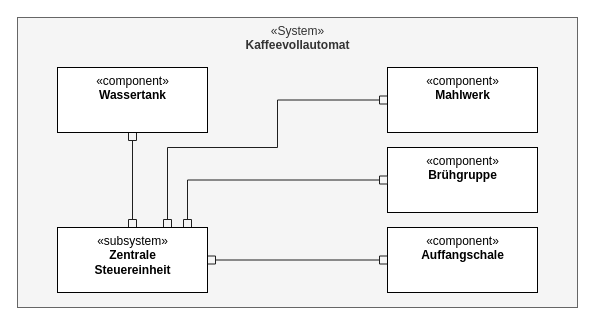
HerrLoesch/UMLite keeps this draw.io diagram as page "Beispiel" (1 of 3) of images/rawimages/Komponentendiagramm.drawio. Above is the earlier version. Source tidied: cells renumbered, new cells numbered last; positions are measured from the earlier drawing's top-left corner, leaving out a move shared by most shapes. Both pictures are drawn from the tidied source at 100%, with x=0, y=0 at pixel (17, 17).
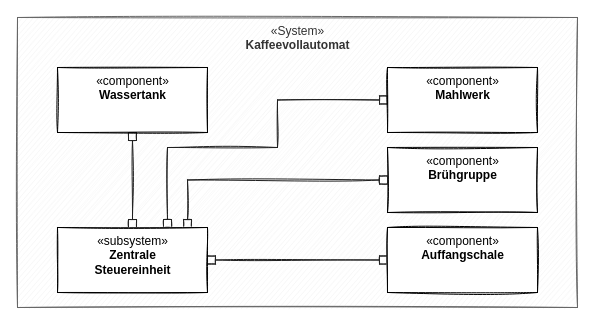
Above is the later version.

Change to the diagram source:
```diff
@@
 <mxGraphModel>
   <root>
     <mxCell id="0" />
     <mxCell id="1" parent="0" />
-    <mxCell id="2" value="«System»&lt;br&gt;&lt;b&gt;Kaffeevollautomat&lt;/b&gt;" style="html=1;verticalAlign=top;fillColor=#f5f5f5;strokeColor=#666666;fontColor=#333333;" parent="1" vertex="1">
+    <mxCell id="2" value="«System»&lt;br&gt;&lt;b&gt;Kaffeevollautomat&lt;/b&gt;" style="html=1;verticalAlign=top;fillColor=#f5f5f5;strokeColor=#666666;fontColor=#333333;sketch=1;" parent="1" vertex="1">
       <mxGeometry width="560" height="290" as="geometry" />
     </mxCell>
-    <mxCell id="3" value="«component»&lt;br&gt;&lt;b&gt;Brühgruppe&lt;/b&gt;" style="html=1;verticalAlign=top;" parent="1" vertex="1">
+    <mxCell id="3" value="«component»&lt;br&gt;&lt;b&gt;Brühgruppe&lt;/b&gt;" style="html=1;verticalAlign=top;sketch=1;" parent="1" vertex="1">
       <mxGeometry x="370" y="130" width="150" height="65" as="geometry" />
     </mxCell>
-    <mxCell id="4" style="edgeStyle=orthogonalEdgeStyle;rounded=0;jettySize=auto;html=1;startArrow=box;startFill=0;endArrow=box;endFill=0;strokeColor=#1F1F1F;" parent="1" edge="1" source="8" target="10">
+    <mxCell id="4" style="edgeStyle=orthogonalEdgeStyle;rounded=0;jettySize=auto;html=1;startArrow=box;startFill=0;endArrow=box;endFill=0;strokeColor=#1F1F1F;sketch=1;" parent="1" edge="1" source="8" target="10">
       <mxGeometry relative="1" as="geometry" />
     </mxCell>
-    <mxCell id="5" style="edgeStyle=orthogonalEdgeStyle;rounded=0;jettySize=auto;html=1;startArrow=box;startFill=0;endArrow=box;endFill=0;strokeColor=#1F1F1F;" parent="1" edge="1" source="8" target="9">
+    <mxCell id="5" style="edgeStyle=orthogonalEdgeStyle;rounded=0;jettySize=auto;html=1;startArrow=box;startFill=0;endArrow=box;endFill=0;strokeColor=#1F1F1F;sketch=1;" parent="1" edge="1" source="8" target="9">
       <mxGeometry relative="1" as="geometry" />
     </mxCell>
-    <mxCell id="6" style="edgeStyle=orthogonalEdgeStyle;rounded=0;jettySize=auto;html=1;entryX=0;entryY=0.5;entryDx=0;entryDy=0;startArrow=box;startFill=0;endArrow=box;endFill=0;strokeColor=#1F1F1F;" parent="1" edge="1" source="8" target="3">
+    <mxCell id="6" style="edgeStyle=orthogonalEdgeStyle;rounded=0;jettySize=auto;html=1;entryX=0;entryY=0.5;entryDx=0;entryDy=0;startArrow=box;startFill=0;endArrow=box;endFill=0;strokeColor=#1F1F1F;sketch=1;" parent="1" edge="1" source="8" target="3">
       <mxGeometry relative="1" as="geometry">
         <Array as="points">
           <mxPoint x="170" y="163" />
         </Array>
       </mxGeometry>
     </mxCell>
-    <mxCell id="7" style="edgeStyle=orthogonalEdgeStyle;rounded=0;jettySize=auto;html=1;entryX=0;entryY=0.5;entryDx=0;entryDy=0;startArrow=box;startFill=0;endArrow=box;endFill=0;strokeColor=#1F1F1F;" parent="1" edge="1" source="8" target="11">
+    <mxCell id="7" style="edgeStyle=orthogonalEdgeStyle;rounded=0;jettySize=auto;html=1;entryX=0;entryY=0.5;entryDx=0;entryDy=0;startArrow=box;startFill=0;endArrow=box;endFill=0;strokeColor=#1F1F1F;sketch=1;" parent="1" edge="1" source="8" target="11">
       <mxGeometry relative="1" as="geometry">
         <Array as="points">
           <mxPoint x="150" y="130" />
           <mxPoint x="260" y="130" />
           <mxPoint x="260" y="83" />
         </Array>
       </mxGeometry>
     </mxCell>
-    <mxCell id="8" value="«subsystem»&lt;b&gt;&lt;br&gt;Zentrale &lt;br&gt;Steuereinheit&lt;/b&gt;" style="html=1;verticalAlign=top;" parent="1" vertex="1">
+    <mxCell id="8" value="«subsystem»&lt;b&gt;&lt;br&gt;Zentrale &lt;br&gt;Steuereinheit&lt;/b&gt;" style="html=1;verticalAlign=top;sketch=1;" parent="1" vertex="1">
       <mxGeometry x="40" y="210" width="150" height="65" as="geometry" />
     </mxCell>
-    <mxCell id="9" value="«component»&lt;br&gt;&lt;b&gt;Auffangschale&lt;/b&gt;" style="html=1;verticalAlign=top;" parent="1" vertex="1">
+    <mxCell id="9" value="«component»&lt;br&gt;&lt;b&gt;Auffangschale&lt;/b&gt;" style="html=1;verticalAlign=top;sketch=1;" parent="1" vertex="1">
       <mxGeometry x="370" y="210" width="150" height="65" as="geometry" />
     </mxCell>
-    <mxCell id="10" value="«component»&lt;b&gt;&lt;br&gt;Wassertank&lt;/b&gt;" style="html=1;verticalAlign=top;" parent="1" vertex="1">
+    <mxCell id="10" value="«component»&lt;b&gt;&lt;br&gt;Wassertank&lt;/b&gt;" style="html=1;verticalAlign=top;sketch=1;" parent="1" vertex="1">
       <mxGeometry x="40" y="50" width="150" height="65" as="geometry" />
     </mxCell>
-    <mxCell id="11" value="«component»&lt;b&gt;&lt;br&gt;Mahlwerk&lt;/b&gt;" style="html=1;verticalAlign=top;" parent="1" vertex="1">
+    <mxCell id="11" value="«component»&lt;b&gt;&lt;br&gt;Mahlwerk&lt;/b&gt;" style="html=1;verticalAlign=top;sketch=1;" parent="1" vertex="1">
       <mxGeometry x="370" y="50" width="150" height="65" as="geometry" />
     </mxCell>
   </root>
 </mxGraphModel>
```
